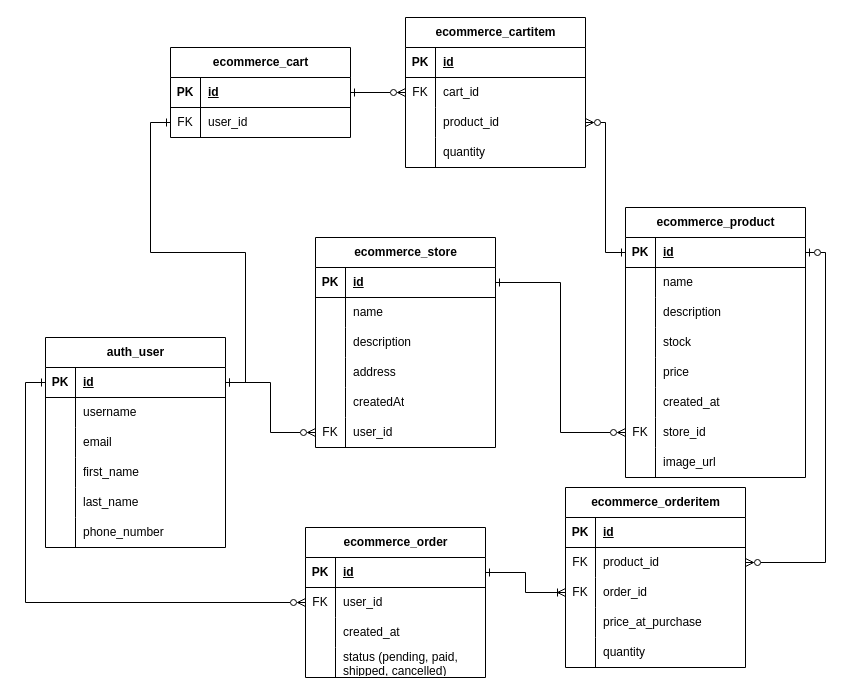
This is page "All" (1 of 3) of E-Commerce API ERD.drawio from RHILIUS/drawio, a draw.io file, before an edit. Source tidied: cells renumbered, new cells numbered last; positions are measured from the earlier drawing's top-left corner, leaving out a move shared by most shapes. Both pictures are drawn from the tidied source at 100%, with x=0, y=0 at pixel (45, 17).
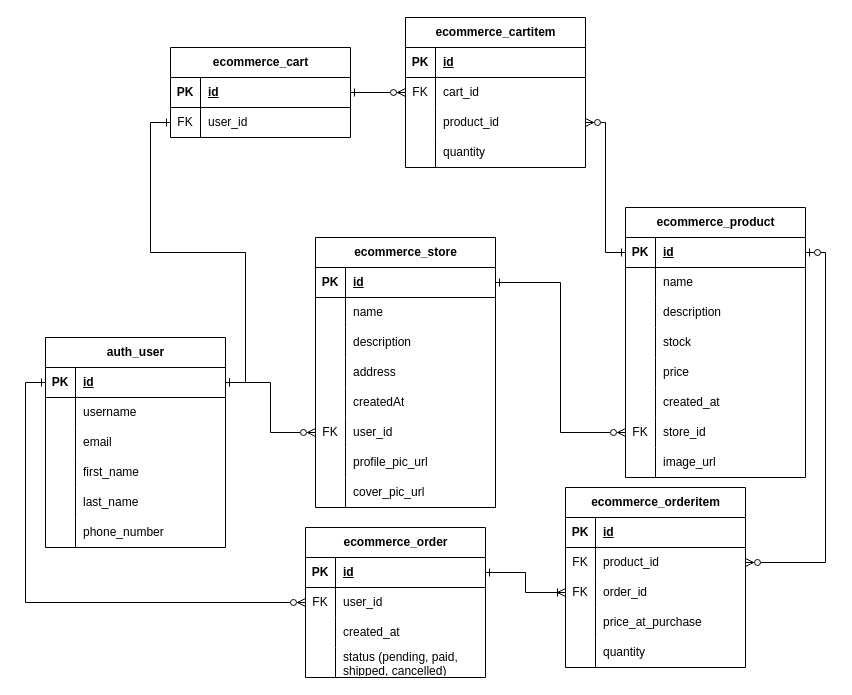
The same page after the edit.

The edit, as a diff of the source:
```diff
@@
     <mxCell id="101" value="ecommerce_store" style="shape=table;startSize=30;childLayout=tableLayout;rowLines=0;fontStyle=1;align=center;html=1;" parent="1" vertex="1">
-      <mxGeometry x="270" y="220" width="180" height="210" as="geometry" />
+      <mxGeometry x="270" y="220" width="180" height="270" as="geometry" />
     </mxCell>
@@
+    <mxCell id="122" style="shape=tableRow;horizontal=0;startSize=0;swimlaneHead=0;swimlaneBody=0;fillColor=none;top=0;left=0;right=0;bottom=0;" parent="101" vertex="1">
+      <mxGeometry y="210" width="180" height="30" as="geometry" />
+    </mxCell>
+    <mxCell id="123" style="shape=partialRectangle;fillColor=none;top=0;left=0;bottom=0;right=0;overflow=hidden;whiteSpace=wrap;html=1;" parent="122" vertex="1">
+      <mxGeometry width="30" height="30" as="geometry" />
+    </mxCell>
+    <mxCell id="124" value="profile_pic_url" style="shape=partialRectangle;fillColor=none;top=0;left=0;bottom=0;right=0;align=left;spacingLeft=6;overflow=hidden;whiteSpace=wrap;html=1;" parent="122" vertex="1">
+      <mxGeometry x="30" width="150" height="30" as="geometry" />
+    </mxCell>
+    <mxCell id="125" style="shape=tableRow;horizontal=0;startSize=0;swimlaneHead=0;swimlaneBody=0;fillColor=none;top=0;left=0;right=0;bottom=0;" parent="101" vertex="1">
+      <mxGeometry y="240" width="180" height="30" as="geometry" />
+    </mxCell>
+    <mxCell id="126" style="shape=partialRectangle;fillColor=none;top=0;left=0;bottom=0;right=0;overflow=hidden;whiteSpace=wrap;html=1;" parent="125" vertex="1">
+      <mxGeometry width="30" height="30" as="geometry" />
+    </mxCell>
+    <mxCell id="127" value="cover_pic_url" style="shape=partialRectangle;fillColor=none;top=0;left=0;bottom=0;right=0;align=left;spacingLeft=6;overflow=hidden;whiteSpace=wrap;html=1;" parent="125" vertex="1">
+      <mxGeometry x="30" width="150" height="30" as="geometry" />
+    </mxCell>
```
